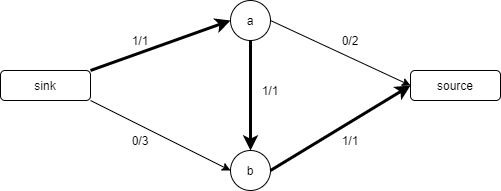
The draw.io diagram assets/images/algorithm/ford-fulkerson2.png in stalker5217/stalker5217.github.io, before a commit. Source tidied: cells renumbered, new cells last; positions are measured from the earlier drawing's top-left corner, leaving out a move shared by most shapes.
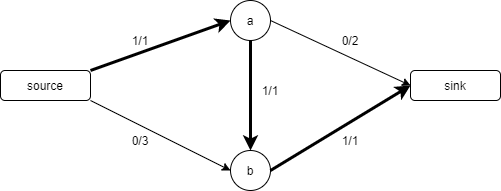
After the commit.

Change to the diagram source:
```diff
@@ -2,10 +2,10 @@
   <root>
     <mxCell id="0" />
     <mxCell id="1" parent="0" />
-    <mxCell id="2" value="sink" style="rounded=1;whiteSpace=wrap;html=1;" parent="1" vertex="1">
+    <mxCell id="2" value="source" style="rounded=1;whiteSpace=wrap;html=1;" parent="1" vertex="1">
       <mxGeometry y="70" width="90" height="30" as="geometry" />
     </mxCell>
-    <mxCell id="3" value="source" style="rounded=1;whiteSpace=wrap;html=1;" parent="1" vertex="1">
+    <mxCell id="3" value="sink" style="rounded=1;whiteSpace=wrap;html=1;" parent="1" vertex="1">
       <mxGeometry x="410" y="70" width="90" height="30" as="geometry" />
     </mxCell>
     <mxCell id="4" value="a" style="ellipse;whiteSpace=wrap;html=1;" parent="1" vertex="1">
```
